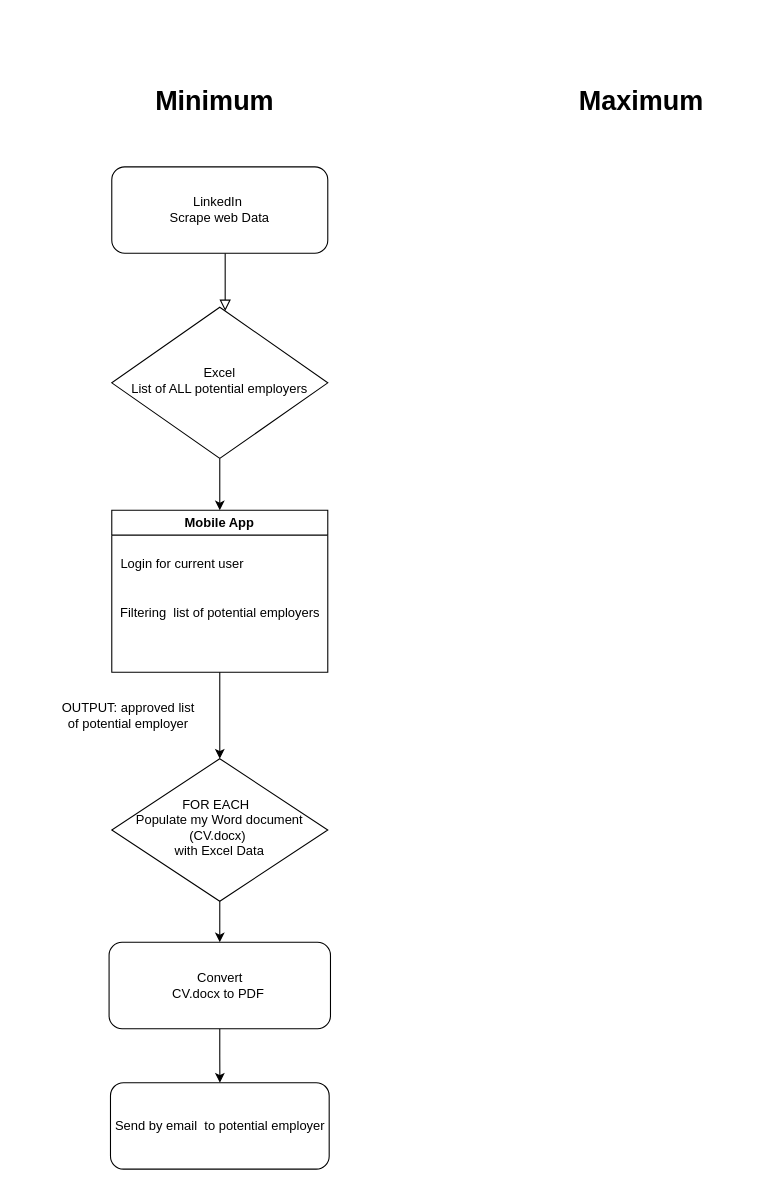
This is Untitled Diagram.drawio from Rudakop/Smart-Job-Applying-, a draw.io file, before an edit. Source tidied: cells renumbered, new cells numbered last; positions are measured from the earlier drawing's top-left corner, leaving out a move shared by most shapes. Both pictures are drawn from the tidied source at 108%, with x=0, y=0 at pixel (46, 78).
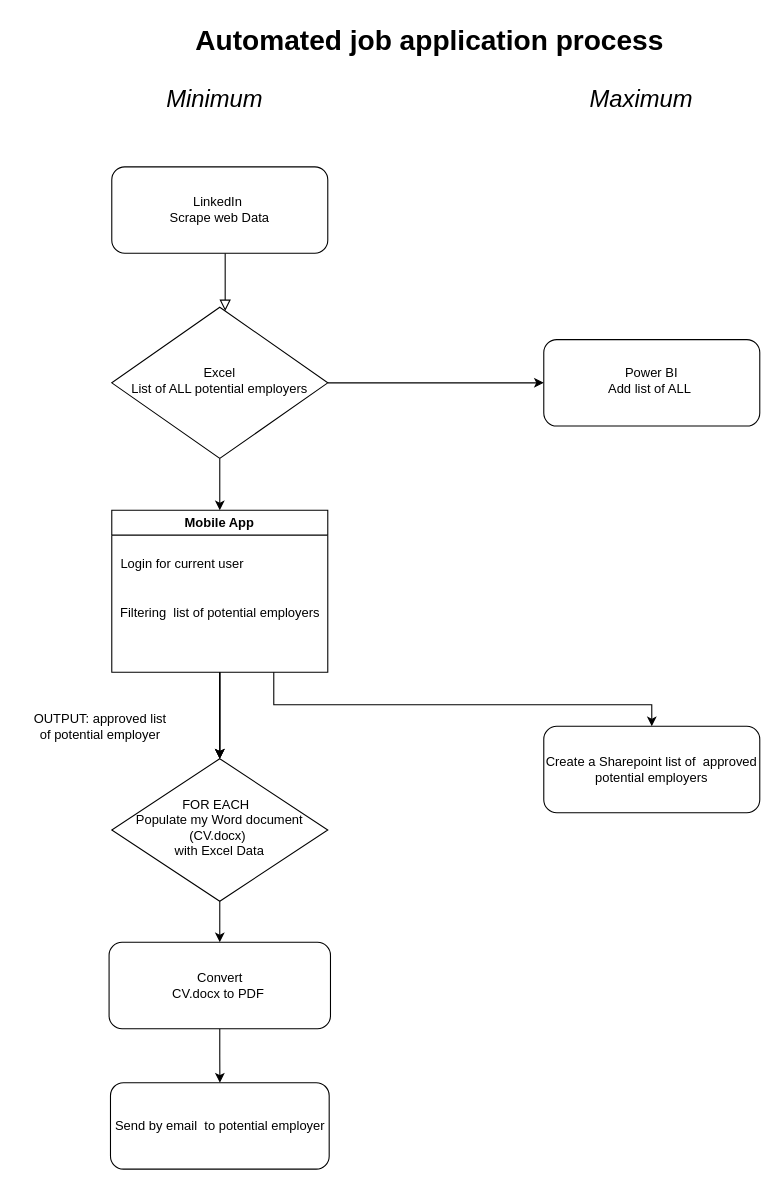
Above is the later version.

Unchanged cells that the change refers to:
```xml
<mxCell id="5" value="Excel&lt;br&gt;List of ALL potential employers" style="rhombus;whiteSpace=wrap;html=1;shadow=0;fontFamily=Helvetica;fontSize=12;align=center;strokeWidth=1;spacing=6;spacingTop=-4;" parent="1" vertex="1">
  <mxGeometry x="60" y="212" width="200" height="140" as="geometry" />
</mxCell>
<mxCell id="7" value="FOR EACH&amp;nbsp;&amp;nbsp;&lt;br&gt;Populate my Word document (CV.docx)&amp;nbsp;&lt;br&gt;with Excel Data" style="rhombus;whiteSpace=wrap;html=1;shadow=0;fontFamily=Helvetica;fontSize=12;align=center;strokeWidth=1;spacing=6;spacingTop=-4;" parent="1" vertex="1">
  <mxGeometry x="60" y="630" width="200" height="132" as="geometry" />
</mxCell>
<mxCell id="14" value="Mobile App" style="swimlane;whiteSpace=wrap;html=1;" parent="1" vertex="1">
  <mxGeometry x="60" y="400" width="200" height="150" as="geometry" />
</mxCell>
```

Diff of the diagram source:
```diff
@@
+    <mxCell id="18" style="edgeStyle=orthogonalEdgeStyle;rounded=0;jettySize=auto;html=1;" parent="1" edge="1" source="5" target="23">
+      <mxGeometry relative="1" as="geometry" />
+    </mxCell>
@@
-    <mxCell id="11" value="&lt;b&gt;&lt;font style=&quot;font-size: 25px;&quot;&gt;Minimum&lt;/font&gt;&lt;/b&gt;" style="text;html=1;align=center;verticalAlign=middle;strokeColor=none;fillColor=none;" parent="1" vertex="1">
-      <mxGeometry x="90" width="130" height="40" as="geometry" />
+    <mxCell id="11" value="&lt;font size=&quot;1&quot; style=&quot;&quot;&gt;&lt;i style=&quot;font-size: 22px;&quot;&gt;Minimum&lt;/i&gt;&lt;/font&gt;" style="text;html=1;align=center;verticalAlign=middle;strokeColor=none;fillColor=none;" parent="1" vertex="1">
+      <mxGeometry x="100" width="110" height="40" as="geometry" />
     </mxCell>
-    <mxCell id="12" value="&lt;b&gt;&lt;font style=&quot;font-size: 25px;&quot;&gt;Maximum&lt;/font&gt;&lt;/b&gt;" style="text;html=1;align=center;verticalAlign=middle;strokeColor=none;fillColor=none;" parent="1" vertex="1">
-      <mxGeometry x="480" width="140" height="40" as="geometry" />
+    <mxCell id="12" value="&lt;font size=&quot;1&quot; style=&quot;&quot;&gt;&lt;i style=&quot;font-size: 22px;&quot;&gt;Maximum&lt;/i&gt;&lt;/font&gt;" style="text;html=1;align=center;verticalAlign=middle;strokeColor=none;fillColor=none;" parent="1" vertex="1">
+      <mxGeometry x="490" width="120" height="40" as="geometry" />
     </mxCell>
@@
+    <mxCell id="19" style="edgeStyle=orthogonalEdgeStyle;rounded=0;jettySize=auto;html=1;" parent="1" edge="1" source="14" target="7">
+      <mxGeometry relative="1" as="geometry" />
+    </mxCell>
+    <mxCell id="20" style="edgeStyle=orthogonalEdgeStyle;rounded=0;jettySize=auto;html=1;" parent="1" edge="1" source="14" target="7">
+      <mxGeometry relative="1" as="geometry" />
+    </mxCell>
+    <mxCell id="21" style="edgeStyle=orthogonalEdgeStyle;rounded=0;jettySize=auto;html=1;" parent="1" edge="1" target="24">
+      <mxGeometry relative="1" as="geometry">
+        <mxPoint x="210" y="550" as="sourcePoint" />
+        <Array as="points">
+          <mxPoint x="210" y="580" />
+          <mxPoint x="560" y="580" />
+        </Array>
+      </mxGeometry>
+    </mxCell>
@@
     <mxCell id="17" value="OUTPUT: approved list &lt;br&gt;of potential employer" style="text;html=1;align=center;verticalAlign=middle;strokeColor=none;fillColor=none;" parent="1" vertex="1">
-      <mxGeometry y="570" width="150" height="40" as="geometry" />
+      <mxGeometry x="-26" y="580" width="150" height="40" as="geometry" />
     </mxCell>
+    <mxCell id="22" value="&lt;font style=&quot;font-size: 26px;&quot;&gt;&lt;b&gt;Automated job application process&lt;/b&gt;&lt;/font&gt;" style="text;html=1;align=center;verticalAlign=middle;strokeColor=none;fillColor=none;" parent="1" vertex="1">
+      <mxGeometry x="124" y="-55" width="460" height="40" as="geometry" />
+    </mxCell>
+    <mxCell id="23" value="Power BI&lt;br&gt;Add list of ALL&amp;nbsp;" style="rounded=1;whiteSpace=wrap;html=1;shadow=0;strokeWidth=1;spacing=6;spacingTop=-4;" parent="1" vertex="1">
+      <mxGeometry x="460" y="242" width="200" height="80" as="geometry" />
+    </mxCell>
+    <mxCell id="24" value="Create a Sharepoint list of&amp;nbsp; approved potential employers" style="rounded=1;whiteSpace=wrap;html=1;" parent="1" vertex="1">
+      <mxGeometry x="460" y="600" width="200" height="80" as="geometry" />
+    </mxCell>
```
